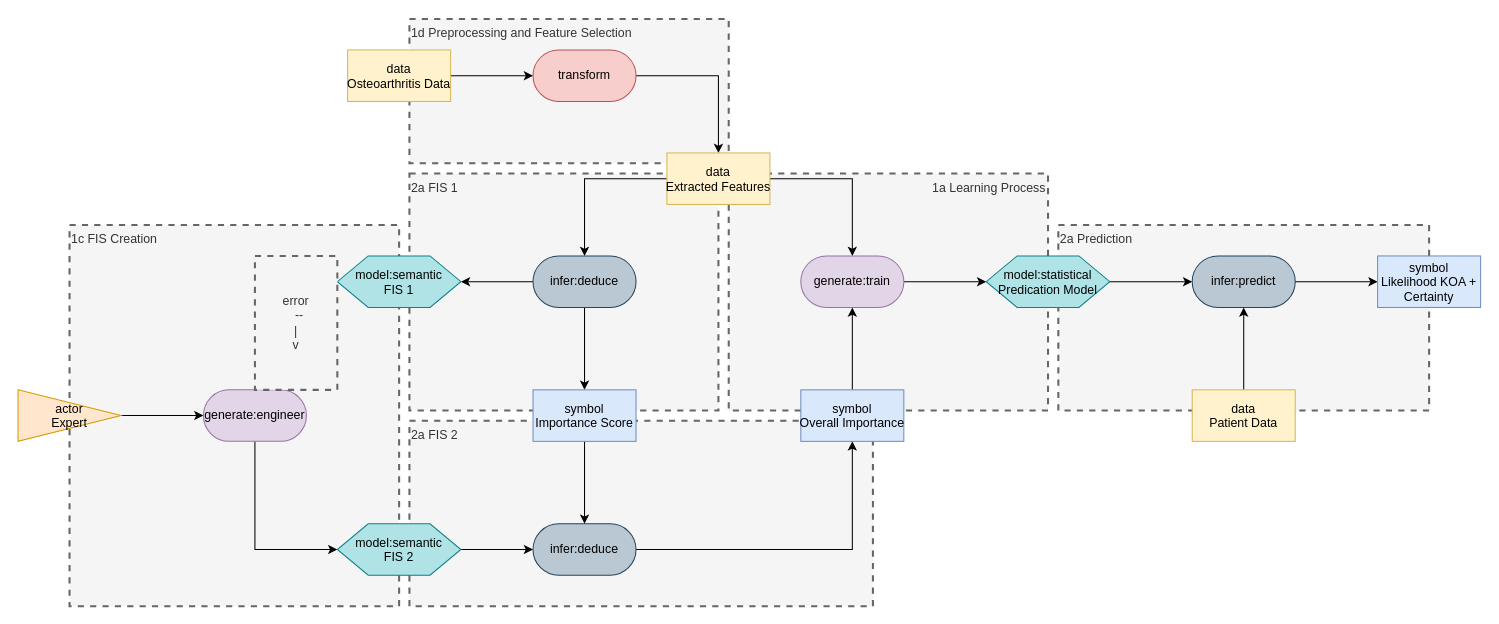
Above: page "Page-1" (1 of 2) of medical patterns to boxologies/Rule-Based Method pre-processes input data for ML Prediction (RBML)/Explainable machine learning for knee osteoarthritis diagnosis based on a novel fuzzy feature selection methodology.drawio in zonnesmit/thesis (draw.io), before the change. Source tidied: cells renumbered, new cells numbered last; positions are measured from the earlier drawing's top-left corner, leaving out a move shared by most shapes. Both pictures are drawn from the tidied source at 103%, with x=0, y=0 at pixel (18, 19).
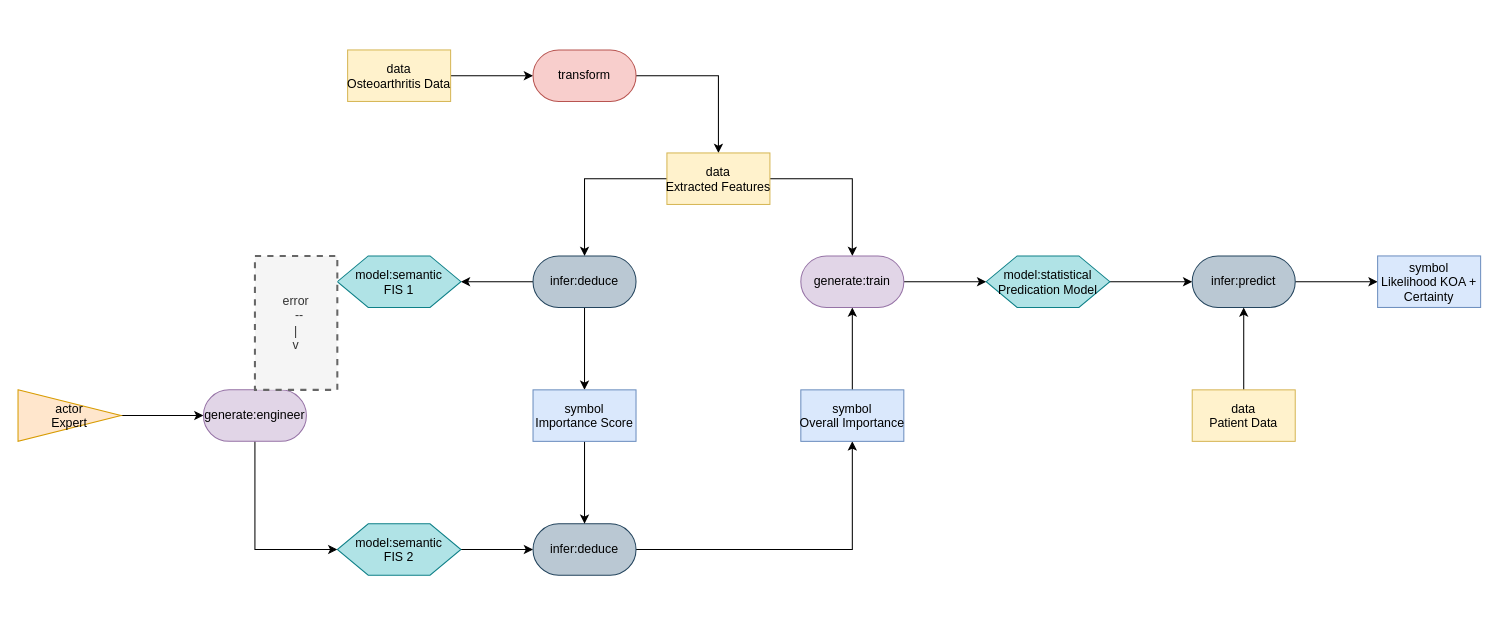
After the change.

Change to the diagram source:
```diff
@@
-    <mxCell id="2" value="2a Prediction" style="text;html=1;align=left;verticalAlign=top;whiteSpace=wrap;rounded=0;dashed=1;fillColor=#f5f5f5;fontColor=#333333;strokeColor=#666666;strokeWidth=2;" parent="1" vertex="1">
-      <mxGeometry x="1010" y="200" width="360" height="180" as="geometry" />
-    </mxCell>
-    <mxCell id="3" value="1a Learning Process" style="text;html=1;align=right;verticalAlign=top;whiteSpace=wrap;rounded=0;dashed=1;fillColor=#f5f5f5;fontColor=#333333;strokeColor=#666666;strokeWidth=2;" parent="1" vertex="1">
-      <mxGeometry x="690" y="150" width="310" height="230" as="geometry" />
-    </mxCell>
-    <mxCell id="4" value="2a FIS 2" style="text;html=1;align=left;verticalAlign=top;whiteSpace=wrap;rounded=0;dashed=1;fillColor=#f5f5f5;fontColor=#333333;strokeColor=#666666;strokeWidth=2;" parent="1" vertex="1">
-      <mxGeometry x="380" y="390" width="450" height="180" as="geometry" />
-    </mxCell>
-    <mxCell id="5" value="1c FIS Creation" style="text;html=1;align=left;verticalAlign=top;whiteSpace=wrap;rounded=0;dashed=1;fillColor=#f5f5f5;fontColor=#333333;strokeColor=#666666;strokeWidth=2;" parent="1" vertex="1">
-      <mxGeometry x="50" y="200" width="320" height="370" as="geometry" />
-    </mxCell>
-    <mxCell id="6" value="2a FIS 1" style="text;html=1;align=left;verticalAlign=top;whiteSpace=wrap;rounded=0;dashed=1;fillColor=#f5f5f5;fontColor=#333333;strokeColor=#666666;strokeWidth=2;" parent="1" vertex="1">
-      <mxGeometry x="380" y="150" width="300" height="230" as="geometry" />
-    </mxCell>
-    <mxCell id="7" value="1d Preprocessing and Feature Selection" style="text;html=1;align=left;verticalAlign=top;whiteSpace=wrap;rounded=0;dashed=1;fillColor=#f5f5f5;fontColor=#333333;strokeColor=#666666;strokeWidth=2;" parent="1" vertex="1">
-      <mxGeometry x="380" width="310" height="140" as="geometry" />
-    </mxCell>
```
